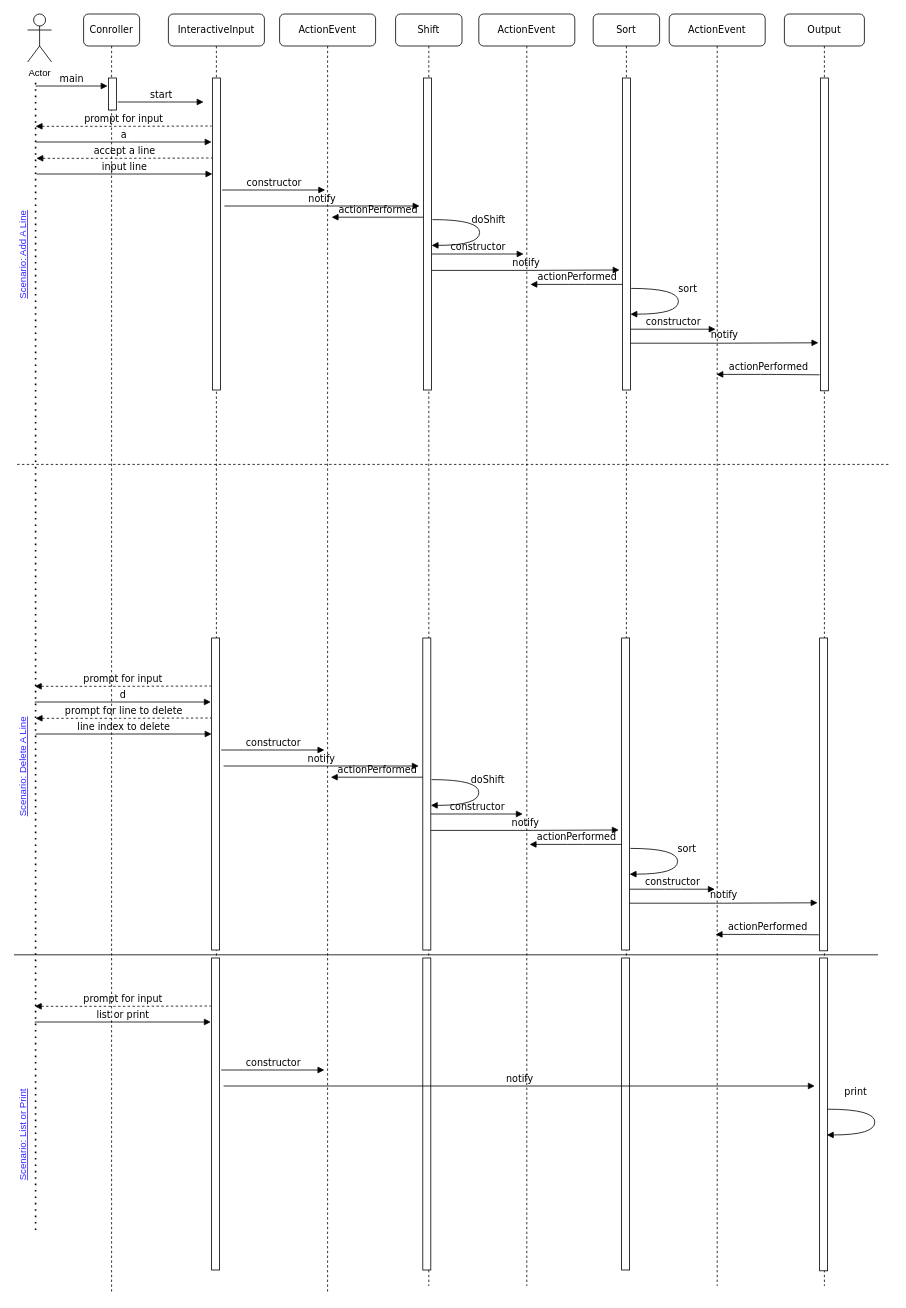
This is HW2Q1.drawio from parveshj/577, a draw.io file, before an edit. Source tidied: cells renumbered, new cells numbered last; positions are measured from the earlier drawing's top-left corner, leaving out a move shared by most shapes. Both pictures are drawn from the tidied source at 80%, with x=0, y=0 at pixel (-42, 14).
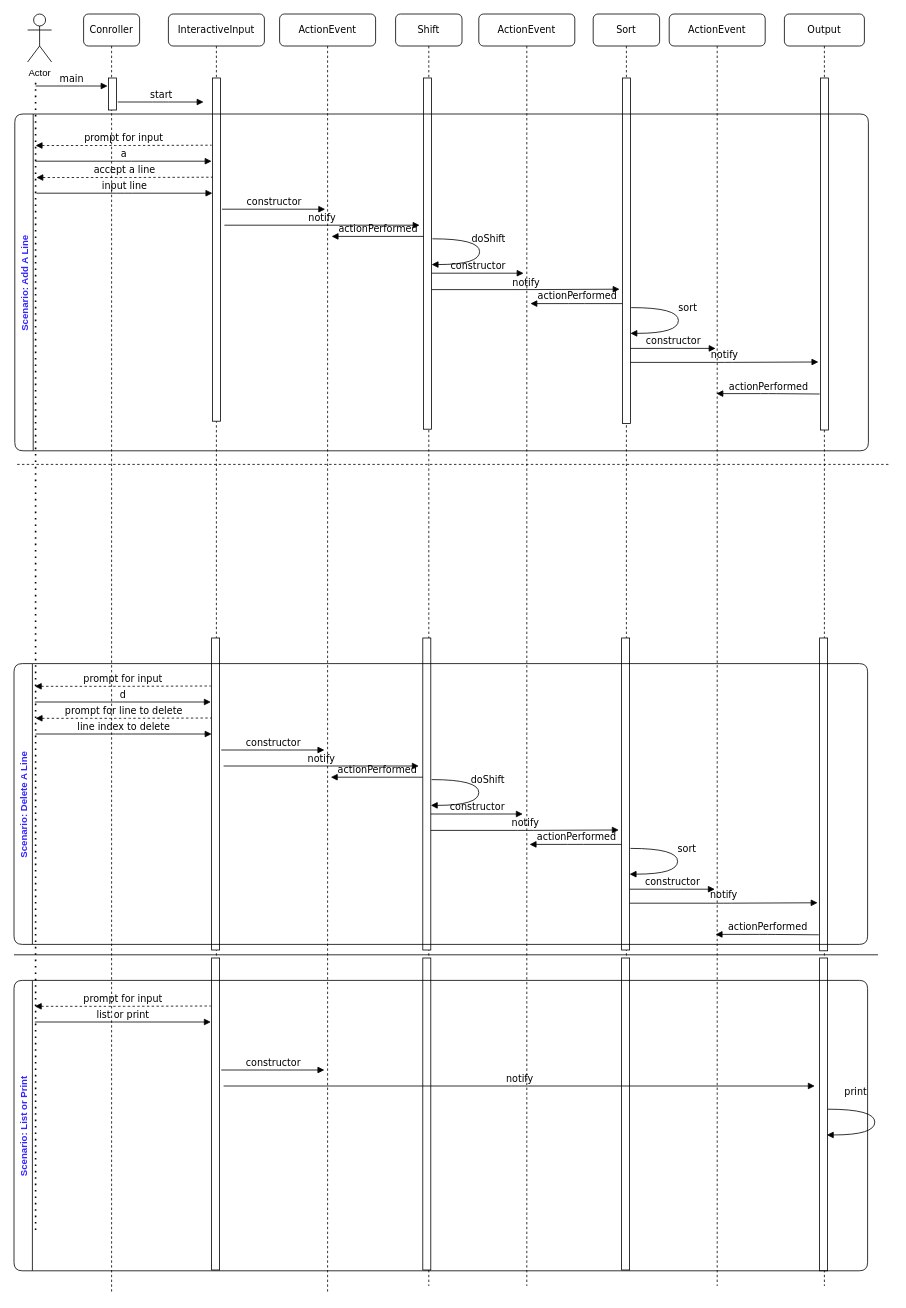
The same diagram, later.

Change to the diagram source:
```diff
@@
     <mxCell id="10" style="html=1;perimeter=orthogonalPerimeter;rounded=0;shadow=0;comic=0;labelBackgroundColor=none;strokeWidth=1;fontFamily=Verdana;fontSize=12;align=center;" parent="1" vertex="1">
-      <mxGeometry x="317" y="80" width="10" height="390" as="geometry" />
+      <mxGeometry x="317" y="80" width="10" height="429" as="geometry" />
     </mxCell>
     <mxCell id="11" style="html=1;perimeter=orthogonalPerimeter;rounded=0;shadow=0;comic=0;labelBackgroundColor=none;strokeWidth=1;fontFamily=Verdana;fontSize=12;align=center;" parent="1" vertex="1">
-      <mxGeometry x="829.5" y="80" width="10" height="390" as="geometry" />
+      <mxGeometry x="829.5" y="80" width="10" height="432" as="geometry" />
     </mxCell>
     <mxCell id="12" style="html=1;perimeter=orthogonalPerimeter;rounded=0;shadow=0;comic=0;labelBackgroundColor=none;strokeWidth=1;fontFamily=Verdana;fontSize=12;align=center;" parent="1" vertex="1">
-      <mxGeometry x="1077" y="80" width="10" height="391" as="geometry" />
+      <mxGeometry x="1077" y="80" width="10" height="440" as="geometry" />
     </mxCell>
@@
     <mxCell id="14" value="doShift" style="html=1;verticalAlign=bottom;endArrow=block;labelBackgroundColor=none;fontFamily=Verdana;fontSize=12;elbow=vertical;edgeStyle=orthogonalEdgeStyle;curved=1;exitX=1.1;exitY=0.2;exitDx=0;exitDy=0;exitPerimeter=0;" parent="1" edge="1">
       <mxGeometry x="-0.09" y="11" relative="1" as="geometry">
-        <mxPoint x="592" y="257" as="sourcePoint" />
-        <mxPoint x="591" y="289.2" as="targetPoint" />
+        <mxPoint x="592" y="281" as="sourcePoint" />
+        <mxPoint x="591" y="313.2" as="targetPoint" />
         <Array as="points">
-          <mxPoint x="651" y="257" />
-          <mxPoint x="651" y="289" />
+          <mxPoint x="651" y="281" />
+          <mxPoint x="651" y="313" />
         </Array>
       </mxGeometry>
     </mxCell>
@@
     <mxCell id="20" value="prompt for input" style="html=1;verticalAlign=bottom;endArrow=none;labelBackgroundColor=none;fontFamily=Verdana;fontSize=12;edgeStyle=elbowEdgeStyle;elbow=horizontal;exitX=1.167;exitY=0.75;exitDx=0;exitDy=0;exitPerimeter=0;dashed=1;startArrow=block;startFill=1;endFill=0;" parent="1" edge="1">
       <mxGeometry relative="1" as="geometry">
-        <mxPoint x="96" y="140.4" as="sourcePoint" />
-        <mxPoint x="316" y="140" as="targetPoint" />
+        <mxPoint x="96" y="164.4" as="sourcePoint" />
+        <mxPoint x="316" y="164" as="targetPoint" />
       </mxGeometry>
     </mxCell>
     <mxCell id="21" value="a" style="html=1;verticalAlign=bottom;endArrow=block;labelBackgroundColor=none;fontFamily=Verdana;fontSize=12;edgeStyle=elbowEdgeStyle;elbow=horizontal;" parent="1" edge="1">
       <mxGeometry relative="1" as="geometry">
-        <mxPoint x="96" y="160" as="sourcePoint" />
-        <mxPoint x="316" y="160" as="targetPoint" />
+        <mxPoint x="96" y="184" as="sourcePoint" />
+        <mxPoint x="316" y="184" as="targetPoint" />
       </mxGeometry>
     </mxCell>
     <mxCell id="22" value="accept a line" style="html=1;verticalAlign=bottom;endArrow=none;labelBackgroundColor=none;fontFamily=Verdana;fontSize=12;edgeStyle=elbowEdgeStyle;elbow=horizontal;exitX=1.167;exitY=0.75;exitDx=0;exitDy=0;exitPerimeter=0;dashed=1;startArrow=block;startFill=1;endFill=0;" parent="1" edge="1">
       <mxGeometry relative="1" as="geometry">
-        <mxPoint x="97" y="180.4" as="sourcePoint" />
-        <mxPoint x="317" y="180" as="targetPoint" />
+        <mxPoint x="97" y="204.4" as="sourcePoint" />
+        <mxPoint x="317" y="204" as="targetPoint" />
       </mxGeometry>
     </mxCell>
     <mxCell id="23" value="input line" style="html=1;verticalAlign=bottom;endArrow=block;labelBackgroundColor=none;fontFamily=Verdana;fontSize=12;edgeStyle=elbowEdgeStyle;elbow=horizontal;" parent="1" edge="1">
       <mxGeometry relative="1" as="geometry">
-        <mxPoint x="97" y="200" as="sourcePoint" />
-        <mxPoint x="317" y="200" as="targetPoint" />
+        <mxPoint x="97" y="224" as="sourcePoint" />
+        <mxPoint x="317" y="224" as="targetPoint" />
       </mxGeometry>
     </mxCell>
     <mxCell id="24" value="constructor" style="html=1;verticalAlign=bottom;endArrow=block;labelBackgroundColor=none;fontFamily=Verdana;fontSize=12;edgeStyle=elbowEdgeStyle;elbow=horizontal;" parent="1" edge="1">
       <mxGeometry relative="1" as="geometry">
-        <mxPoint x="329" y="220" as="sourcePoint" />
-        <mxPoint x="458" y="220" as="targetPoint" />
+        <mxPoint x="329" y="244" as="sourcePoint" />
+        <mxPoint x="458" y="244" as="targetPoint" />
       </mxGeometry>
     </mxCell>
     <mxCell id="25" value="notify" style="html=1;verticalAlign=bottom;endArrow=block;labelBackgroundColor=none;fontFamily=Verdana;fontSize=12;edgeStyle=elbowEdgeStyle;elbow=horizontal;" parent="1" edge="1">
       <mxGeometry relative="1" as="geometry">
-        <mxPoint x="332" y="240" as="sourcePoint" />
-        <mxPoint x="576" y="240" as="targetPoint" />
+        <mxPoint x="332" y="264" as="sourcePoint" />
+        <mxPoint x="576" y="264" as="targetPoint" />
       </mxGeometry>
     </mxCell>
     <mxCell id="26" style="html=1;perimeter=orthogonalPerimeter;rounded=0;shadow=0;comic=0;labelBackgroundColor=none;strokeWidth=1;fontFamily=Verdana;fontSize=12;align=center;" parent="1" vertex="1">
-      <mxGeometry x="581" y="80" width="10" height="390" as="geometry" />
+      <mxGeometry x="581" y="80" width="10" height="439" as="geometry" />
     </mxCell>
     <mxCell id="27" value="constructor" style="html=1;verticalAlign=bottom;endArrow=block;labelBackgroundColor=none;fontFamily=Verdana;fontSize=12;edgeStyle=elbowEdgeStyle;elbow=horizontal;" parent="1" edge="1">
       <mxGeometry relative="1" as="geometry">
-        <mxPoint x="591" y="300" as="sourcePoint" />
-        <mxPoint x="706" y="300" as="targetPoint" />
+        <mxPoint x="591" y="324" as="sourcePoint" />
+        <mxPoint x="706" y="324" as="targetPoint" />
       </mxGeometry>
     </mxCell>
     <mxCell id="28" value="notify" style="html=1;verticalAlign=bottom;endArrow=block;labelBackgroundColor=none;fontFamily=Verdana;fontSize=12;edgeStyle=elbowEdgeStyle;elbow=horizontal;" parent="1" edge="1">
       <mxGeometry relative="1" as="geometry">
-        <mxPoint x="591" y="320.5" as="sourcePoint" />
-        <mxPoint x="826" y="320" as="targetPoint" />
+        <mxPoint x="591" y="344.5" as="sourcePoint" />
+        <mxPoint x="826" y="344" as="targetPoint" />
       </mxGeometry>
     </mxCell>
     <mxCell id="29" value="sort" style="html=1;verticalAlign=bottom;endArrow=block;labelBackgroundColor=none;fontFamily=Verdana;fontSize=12;elbow=vertical;edgeStyle=orthogonalEdgeStyle;curved=1;exitX=1.1;exitY=0.2;exitDx=0;exitDy=0;exitPerimeter=0;" parent="1" edge="1">
       <mxGeometry x="-0.09" y="11" relative="1" as="geometry">
-        <mxPoint x="840.5" y="343" as="sourcePoint" />
-        <mxPoint x="839.5" y="375.2" as="targetPoint" />
+        <mxPoint x="840.5" y="367" as="sourcePoint" />
+        <mxPoint x="839.5" y="399.2" as="targetPoint" />
         <Array as="points">
-          <mxPoint x="899.5" y="343" />
-          <mxPoint x="899.5" y="375" />
+          <mxPoint x="899.5" y="367" />
+          <mxPoint x="899.5" y="399" />
         </Array>
       </mxGeometry>
     </mxCell>
     <mxCell id="30" value="notify" style="html=1;verticalAlign=bottom;endArrow=block;labelBackgroundColor=none;fontFamily=Verdana;fontSize=12;edgeStyle=elbowEdgeStyle;elbow=horizontal;" parent="1" edge="1">
       <mxGeometry relative="1" as="geometry">
-        <mxPoint x="839.5" y="411.5" as="sourcePoint" />
-        <mxPoint x="1074.5" y="411" as="targetPoint" />
+        <mxPoint x="839.5" y="435.5" as="sourcePoint" />
+        <mxPoint x="1074.5" y="435" as="targetPoint" />
       </mxGeometry>
     </mxCell>
     <mxCell id="31" value="constructor" style="html=1;verticalAlign=bottom;endArrow=block;labelBackgroundColor=none;fontFamily=Verdana;fontSize=12;edgeStyle=elbowEdgeStyle;elbow=horizontal;" parent="1" edge="1">
       <mxGeometry relative="1" as="geometry">
-        <mxPoint x="839.5" y="394" as="sourcePoint" />
-        <mxPoint x="946" y="394" as="targetPoint" />
+        <mxPoint x="839.5" y="418" as="sourcePoint" />
+        <mxPoint x="946" y="418" as="targetPoint" />
       </mxGeometry>
     </mxCell>
     <mxCell id="32" value="actionPerformed" style="html=1;verticalAlign=bottom;endArrow=none;labelBackgroundColor=none;fontFamily=Verdana;fontSize=12;edgeStyle=elbowEdgeStyle;elbow=horizontal;startArrow=block;startFill=1;endFill=0;" parent="1" edge="1">
       <mxGeometry relative="1" as="geometry">
-        <mxPoint x="466" y="254" as="sourcePoint" />
-        <mxPoint x="581" y="254" as="targetPoint" />
+        <mxPoint x="466" y="278" as="sourcePoint" />
+        <mxPoint x="581" y="278" as="targetPoint" />
       </mxGeometry>
     </mxCell>
     <mxCell id="33" value="actionPerformed" style="html=1;verticalAlign=bottom;endArrow=none;labelBackgroundColor=none;fontFamily=Verdana;fontSize=12;edgeStyle=elbowEdgeStyle;elbow=horizontal;startArrow=block;startFill=1;endFill=0;" parent="1" edge="1">
       <mxGeometry relative="1" as="geometry">
-        <mxPoint x="714.5" y="338" as="sourcePoint" />
-        <mxPoint x="829.5" y="338" as="targetPoint" />
+        <mxPoint x="714.5" y="362" as="sourcePoint" />
+        <mxPoint x="829.5" y="362" as="targetPoint" />
       </mxGeometry>
     </mxCell>
     <mxCell id="34" value="actionPerformed" style="html=1;verticalAlign=bottom;endArrow=none;labelBackgroundColor=none;fontFamily=Verdana;fontSize=12;edgeStyle=elbowEdgeStyle;elbow=horizontal;startArrow=block;startFill=1;endFill=0;" parent="1" edge="1">
       <mxGeometry relative="1" as="geometry">
-        <mxPoint x="947" y="450.5" as="sourcePoint" />
-        <mxPoint x="1076" y="451" as="targetPoint" />
+        <mxPoint x="947" y="474.5" as="sourcePoint" />
+        <mxPoint x="1076" y="475" as="targetPoint" />
       </mxGeometry>
     </mxCell>
@@
-    <mxCell id="64" value="Scenario: Add A Line" style="text;html=1;strokeColor=none;fillColor=none;align=center;verticalAlign=middle;whiteSpace=wrap;rounded=1;rotation=-90;fontStyle=4;fontColor=#3224FF;" parent="1" vertex="1">
-      <mxGeometry x="15" y="291" width="132" height="20" as="geometry" />
+    <mxCell id="64" value="Scenario: Add A Line" style="swimlane;horizontal=0;rounded=1;fontColor=#3224FF;" parent="1" vertex="1">
+      <mxGeometry x="70" y="125" width="1067" height="421" as="geometry" />
     </mxCell>
-    <mxCell id="65" value="Scenario: Delete A Line" style="text;html=1;strokeColor=none;fillColor=none;align=center;verticalAlign=middle;whiteSpace=wrap;rounded=1;rotation=-90;fontStyle=4;fontColor=#3224FF;" parent="1" vertex="1">
-      <mxGeometry y="931" width="162" height="20" as="geometry" />
+    <mxCell id="65" value="Scenario: Delete A Line" style="swimlane;horizontal=0;rounded=1;fontColor=#3224FF;" parent="1" vertex="1">
+      <mxGeometry x="69" y="812" width="1067" height="351" as="geometry" />
     </mxCell>
-    <mxCell id="66" value="Scenario: List or Print" style="text;html=1;strokeColor=none;fillColor=none;align=center;verticalAlign=middle;whiteSpace=wrap;rounded=1;rotation=-90;fontStyle=4;fontColor=#3224FF;" parent="1" vertex="1">
-      <mxGeometry y="1391" width="162" height="20" as="geometry" />
+    <mxCell id="66" value="Scenario: List or Print" style="swimlane;horizontal=0;rounded=1;fontColor=#3224FF;" parent="1" vertex="1">
+      <mxGeometry x="69" y="1208" width="1067" height="363" as="geometry" />
     </mxCell>
```
